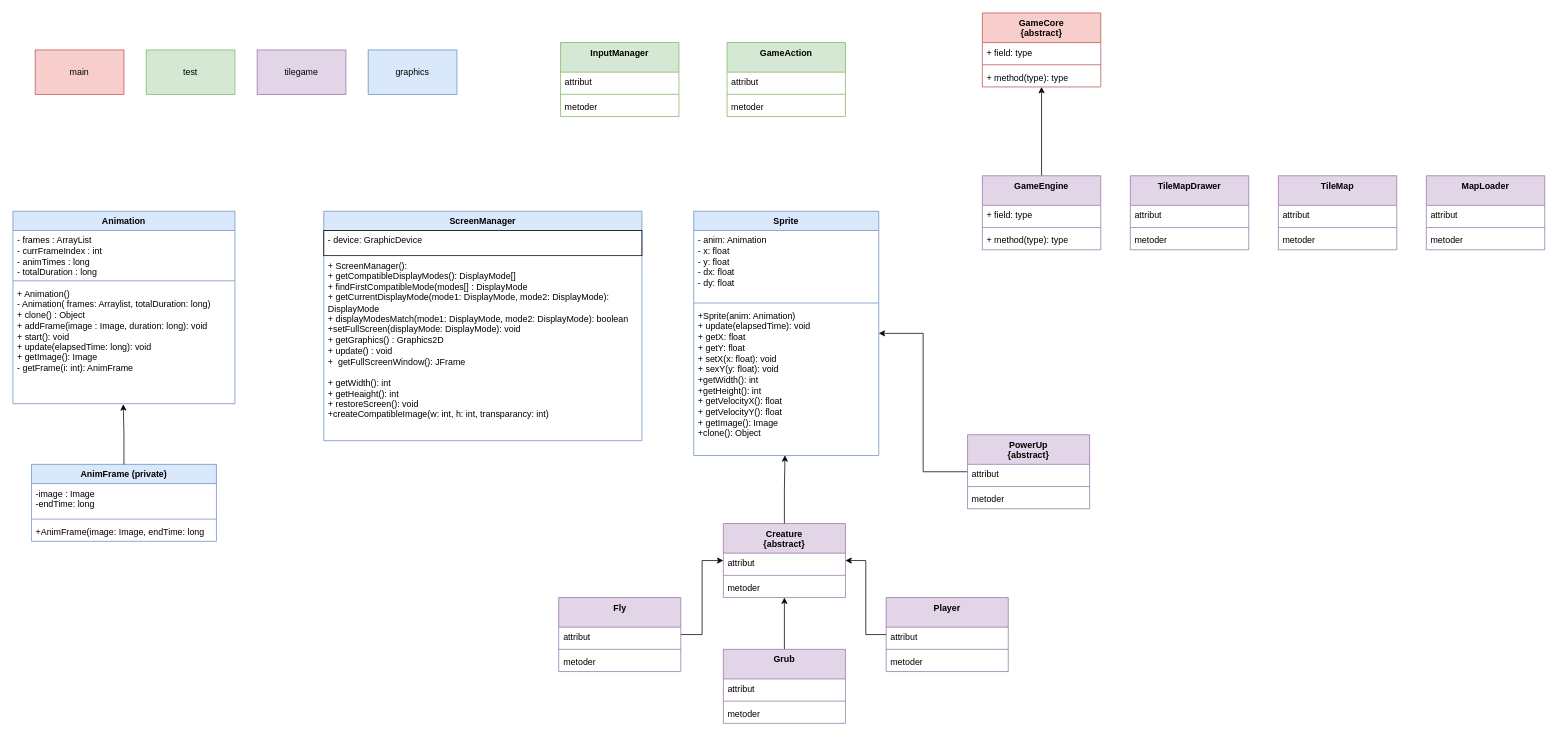
This is 2D SMURFIO GAME UML.drawio from fritjofbakken/Super-Mario-Java-2D-Game, a draw.io file, before an edit. Source tidied: cells renumbered, new cells numbered last; positions are measured from the earlier drawing's top-left corner, leaving out a move shared by most shapes. Both pictures are drawn from the tidied source at 74%, with x=0, y=0 at pixel (13, 13).
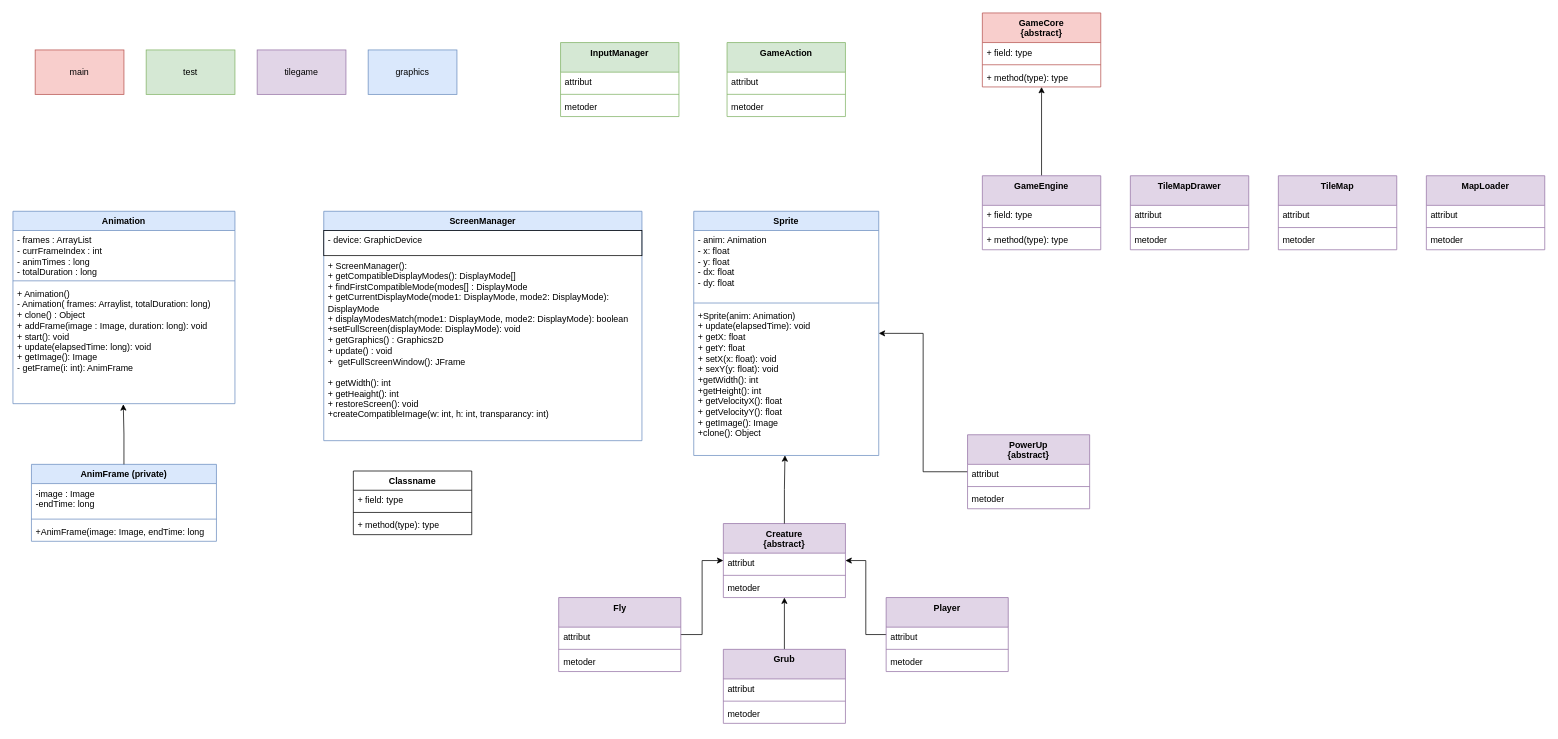
The same diagram, later.

Diff of the diagram source:
```diff
@@
+    <mxCell id="76" value="Classname" style="swimlane;fontStyle=1;align=center;verticalAlign=top;horizontal=1;startSize=26;whiteSpace=wrap;html=1;" parent="1" vertex="1">
+      <mxGeometry x="460" y="619" width="160" height="86" as="geometry" />
+    </mxCell>
+    <mxCell id="77" value="+ field: type" style="text;strokeColor=none;fillColor=none;align=left;verticalAlign=top;spacingLeft=4;spacingRight=4;overflow=hidden;whiteSpace=wrap;html=1;" parent="76" vertex="1">
+      <mxGeometry y="26" width="160" height="26" as="geometry" />
+    </mxCell>
+    <mxCell id="78" style="line;strokeWidth=1;fillColor=none;align=left;verticalAlign=middle;spacingTop=-1;spacingLeft=3;spacingRight=3;labelPosition=right;strokeColor=inherit;" parent="76" vertex="1">
+      <mxGeometry y="52" width="160" height="8" as="geometry" />
+    </mxCell>
+    <mxCell id="79" value="+ method(type): type" style="text;strokeColor=none;fillColor=none;align=left;verticalAlign=top;spacingLeft=4;spacingRight=4;overflow=hidden;whiteSpace=wrap;html=1;" parent="76" vertex="1">
+      <mxGeometry y="60" width="160" height="26" as="geometry" />
+    </mxCell>
```
